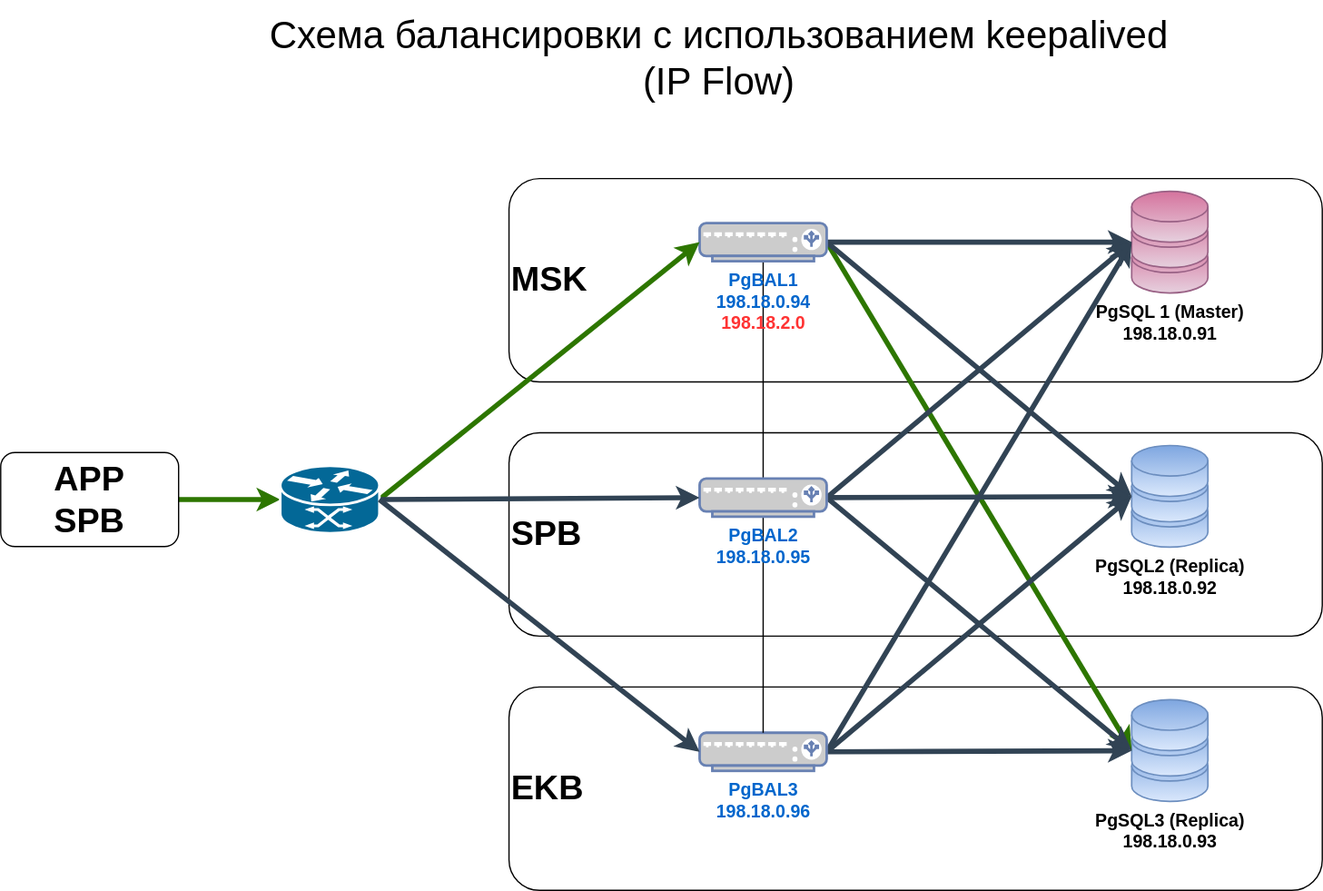
IgorAlov/pg_pool2_ng keeps this draw.io diagram as support/drawio/ntwrk_03.drawio.svg. Above is the earlier version. Source tidied: cells renumbered, new cells last; positions are measured from the earlier drawing's top-left corner, leaving out a move shared by most shapes. Source of this version:
```xml
<mxGraphModel>
  <root>
    <mxCell id="0" />
    <mxCell id="1" parent="0" />
    <mxCell id="2" value="EKB" style="rounded=1;whiteSpace=wrap;html=1;fontSize=27;align=left;fontStyle=1;" parent="1" vertex="1">
      <mxGeometry x="400" y="540" width="640" height="160" as="geometry" />
    </mxCell>
    <mxCell id="3" value="SPB" style="rounded=1;whiteSpace=wrap;html=1;fontSize=27;align=left;fontStyle=1;" parent="1" vertex="1">
      <mxGeometry x="400" y="340" width="640" height="160" as="geometry" />
    </mxCell>
    <mxCell id="4" value="MSK" style="rounded=1;whiteSpace=wrap;html=1;fontSize=27;align=left;fontStyle=1;" parent="1" vertex="1">
      <mxGeometry x="400" y="140" width="640" height="160" as="geometry" />
    </mxCell>
    <mxCell id="5" value="PgSQL 1 (Master)&lt;br&gt;198.18.0.91" style="verticalAlign=top;verticalLabelPosition=bottom;labelPosition=center;align=center;html=1;outlineConnect=0;fillColor=#e6d0de;strokeColor=#996185;gradientDirection=north;strokeWidth=2;shape=mxgraph.networks.storage;fontSize=14;fontStyle=1;gradientColor=#d5739d;" parent="1" vertex="1">
      <mxGeometry x="890" y="150" width="60" height="80" as="geometry" />
    </mxCell>
    <mxCell id="6" value="PgSQL2 (Replica)&lt;br&gt;198.18.0.92" style="verticalAlign=top;verticalLabelPosition=bottom;labelPosition=center;align=center;html=1;outlineConnect=0;fillColor=#dae8fc;strokeColor=#6c8ebf;gradientColor=#7ea6e0;gradientDirection=north;strokeWidth=2;shape=mxgraph.networks.storage;fontSize=14;fontStyle=1;" parent="1" vertex="1">
      <mxGeometry x="890" y="350" width="60" height="80" as="geometry" />
    </mxCell>
    <mxCell id="7" value="PgSQL3 (Replica)&lt;br&gt;198.18.0.93" style="verticalAlign=top;verticalLabelPosition=bottom;labelPosition=center;align=center;html=1;outlineConnect=0;fillColor=#dae8fc;strokeColor=#6c8ebf;gradientColor=#7ea6e0;gradientDirection=north;strokeWidth=2;shape=mxgraph.networks.storage;fontSize=14;fontStyle=1;" parent="1" vertex="1">
      <mxGeometry x="890" y="550" width="60" height="80" as="geometry" />
    </mxCell>
    <mxCell id="8" style="edgeStyle=none;html=1;fontSize=14;entryX=0;entryY=0.5;entryDx=0;entryDy=0;entryPerimeter=0;fillColor=#647687;strokeColor=#314354;strokeWidth=4;flowAnimation=0;" parent="1" edge="1" source="12" target="5">
      <mxGeometry relative="1" as="geometry" />
    </mxCell>
    <mxCell id="9" style="edgeStyle=none;html=1;exitX=1;exitY=0.5;exitDx=0;exitDy=0;exitPerimeter=0;entryX=0;entryY=0.5;entryDx=0;entryDy=0;entryPerimeter=0;fontSize=14;fillColor=#60a917;strokeColor=#2D7600;strokeWidth=4;flowAnimation=1;" parent="1" edge="1" source="12" target="7">
      <mxGeometry relative="1" as="geometry" />
    </mxCell>
    <mxCell id="10" style="edgeStyle=none;html=1;exitX=1;exitY=0.5;exitDx=0;exitDy=0;exitPerimeter=0;entryX=0;entryY=0.5;entryDx=0;entryDy=0;entryPerimeter=0;fontSize=14;fillColor=#647687;strokeColor=#314354;strokeWidth=4;flowAnimation=0;" parent="1" edge="1" source="12" target="6">
      <mxGeometry relative="1" as="geometry" />
    </mxCell>
    <mxCell id="11" style="edgeStyle=none;html=1;exitX=0.5;exitY=1;exitDx=0;exitDy=0;exitPerimeter=0;fontSize=14;endArrow=none;endFill=0;flowAnimation=0;" parent="1" edge="1" source="12" target="21">
      <mxGeometry relative="1" as="geometry" />
    </mxCell>
    <mxCell id="12" value="PgBAL1&lt;br&gt;198.18.0.94&lt;br&gt;&lt;font color=&quot;#ff3333&quot;&gt;198.18.2.0&lt;/font&gt;" style="fontColor=#0066CC;verticalAlign=top;verticalLabelPosition=bottom;labelPosition=center;align=center;html=1;outlineConnect=0;fillColor=#CCCCCC;strokeColor=#6881B3;gradientColor=none;gradientDirection=north;strokeWidth=2;shape=mxgraph.networks.load_balancer;fontSize=14;fontStyle=1;" parent="1" vertex="1">
      <mxGeometry x="550" y="175" width="100" height="30" as="geometry" />
    </mxCell>
    <mxCell id="13" style="edgeStyle=none;html=1;exitX=1;exitY=0.5;exitDx=0;exitDy=0;exitPerimeter=0;fontSize=14;fillColor=#647687;strokeColor=#314354;strokeWidth=4;" parent="1" edge="1" source="16" target="7">
      <mxGeometry relative="1" as="geometry" />
    </mxCell>
    <mxCell id="14" style="edgeStyle=none;html=1;exitX=1;exitY=0.5;exitDx=0;exitDy=0;exitPerimeter=0;entryX=0;entryY=0.5;entryDx=0;entryDy=0;entryPerimeter=0;fontSize=14;fillColor=#647687;strokeColor=#314354;strokeWidth=4;" parent="1" edge="1" source="16" target="6">
      <mxGeometry relative="1" as="geometry" />
    </mxCell>
    <mxCell id="15" style="edgeStyle=none;html=1;exitX=1;exitY=0.5;exitDx=0;exitDy=0;exitPerimeter=0;entryX=0;entryY=0.5;entryDx=0;entryDy=0;entryPerimeter=0;fontSize=14;fillColor=#647687;strokeColor=#314354;strokeWidth=4;" parent="1" edge="1" source="16" target="5">
      <mxGeometry relative="1" as="geometry" />
    </mxCell>
    <mxCell id="16" value="PgBAL3&lt;br&gt;198.18.0.96" style="fontColor=#0066CC;verticalAlign=top;verticalLabelPosition=bottom;labelPosition=center;align=center;html=1;outlineConnect=0;fillColor=#CCCCCC;strokeColor=#6881B3;gradientColor=none;gradientDirection=north;strokeWidth=2;shape=mxgraph.networks.load_balancer;fontSize=14;fontStyle=1;" parent="1" vertex="1">
      <mxGeometry x="550" y="576" width="100" height="30" as="geometry" />
    </mxCell>
    <mxCell id="17" style="edgeStyle=none;html=1;exitX=1;exitY=0.5;exitDx=0;exitDy=0;exitPerimeter=0;fontSize=14;fillColor=#647687;strokeColor=#314354;strokeWidth=4;" parent="1" edge="1" source="21" target="6">
      <mxGeometry relative="1" as="geometry" />
    </mxCell>
    <mxCell id="18" style="edgeStyle=none;html=1;exitX=1;exitY=0.5;exitDx=0;exitDy=0;exitPerimeter=0;entryX=0;entryY=0.5;entryDx=0;entryDy=0;entryPerimeter=0;fontSize=14;fillColor=#647687;strokeColor=#314354;strokeWidth=4;" parent="1" edge="1" source="21" target="7">
      <mxGeometry relative="1" as="geometry" />
    </mxCell>
    <mxCell id="19" style="edgeStyle=none;html=1;exitX=1;exitY=0.5;exitDx=0;exitDy=0;exitPerimeter=0;entryX=0;entryY=0.5;entryDx=0;entryDy=0;entryPerimeter=0;fontSize=14;fillColor=#647687;strokeColor=#314354;strokeWidth=4;" parent="1" edge="1" source="21" target="5">
      <mxGeometry relative="1" as="geometry" />
    </mxCell>
    <mxCell id="20" style="edgeStyle=none;html=1;exitX=0.5;exitY=1;exitDx=0;exitDy=0;exitPerimeter=0;entryX=0.5;entryY=0;entryDx=0;entryDy=0;entryPerimeter=0;fontSize=14;endArrow=none;endFill=0;flowAnimation=0;" parent="1" edge="1" source="21" target="16">
      <mxGeometry relative="1" as="geometry" />
    </mxCell>
    <mxCell id="21" value="PgBAL2&lt;br&gt;198.18.0.95" style="fontColor=#0066CC;verticalAlign=top;verticalLabelPosition=bottom;labelPosition=center;align=center;html=1;outlineConnect=0;fillColor=#CCCCCC;strokeColor=#6881B3;gradientColor=none;gradientDirection=north;strokeWidth=2;shape=mxgraph.networks.load_balancer;fontSize=14;fontStyle=1;" parent="1" vertex="1">
      <mxGeometry x="550" y="376" width="100" height="30" as="geometry" />
    </mxCell>
    <mxCell id="22" style="edgeStyle=none;html=1;exitX=1;exitY=0.5;exitDx=0;exitDy=0;entryX=0;entryY=0.5;entryDx=0;entryDy=0;entryPerimeter=0;strokeWidth=4;fontSize=27;flowAnimation=1;fillColor=#60a917;strokeColor=#2D7600;" parent="1" edge="1" source="23" target="26">
      <mxGeometry relative="1" as="geometry" />
    </mxCell>
    <mxCell id="23" value="APP&lt;br&gt;SPB" style="rounded=1;whiteSpace=wrap;html=1;fontSize=27;fontStyle=1;" parent="1" vertex="1">
      <mxGeometry y="355.5" width="140" height="74" as="geometry" />
    </mxCell>
    <mxCell id="24" style="edgeStyle=none;html=1;entryX=0;entryY=0.5;entryDx=0;entryDy=0;strokeWidth=4;fontSize=27;entryPerimeter=0;exitX=1;exitY=0.5;exitDx=0;exitDy=0;exitPerimeter=0;flowAnimation=1;fillColor=#60a917;strokeColor=#2D7600;" parent="1" edge="1" source="26" target="12">
      <mxGeometry relative="1" as="geometry" />
    </mxCell>
    <mxCell id="25" style="edgeStyle=none;html=1;exitX=1;exitY=0.5;exitDx=0;exitDy=0;exitPerimeter=0;strokeWidth=4;fontSize=27;entryX=0;entryY=0.5;entryDx=0;entryDy=0;entryPerimeter=0;flowAnimation=0;fillColor=#647687;strokeColor=#314354;" parent="1" edge="1" source="26" target="21">
      <mxGeometry relative="1" as="geometry" />
    </mxCell>
    <mxCell id="26" style="shape=mxgraph.cisco.routers.atm_router;sketch=0;html=1;dashed=0;fillColor=#036897;strokeColor=#ffffff;strokeWidth=2;verticalLabelPosition=bottom;verticalAlign=top;align=center;outlineConnect=0;fontSize=27;" parent="1" vertex="1">
      <mxGeometry x="220" y="366" width="78" height="53" as="geometry" />
    </mxCell>
    <mxCell id="27" value="Схема балансировки с использованием keepalived&lt;br&gt;(IP Flow)" style="text;html=1;align=center;verticalAlign=middle;strokeColor=none;fillColor=none;fontSize=30;" parent="1" vertex="1">
      <mxGeometry x="200" width="730" height="90" as="geometry" />
    </mxCell>
    <mxCell id="28" style="edgeStyle=none;html=1;exitX=1;exitY=0.5;exitDx=0;exitDy=0;exitPerimeter=0;entryX=0;entryY=0.5;entryDx=0;entryDy=0;strokeWidth=4;fontSize=27;entryPerimeter=0;fillColor=#647687;strokeColor=#314354;" parent="1" edge="1" source="26" target="16">
      <mxGeometry relative="1" as="geometry" />
    </mxCell>
  </root>
</mxGraphModel>
```
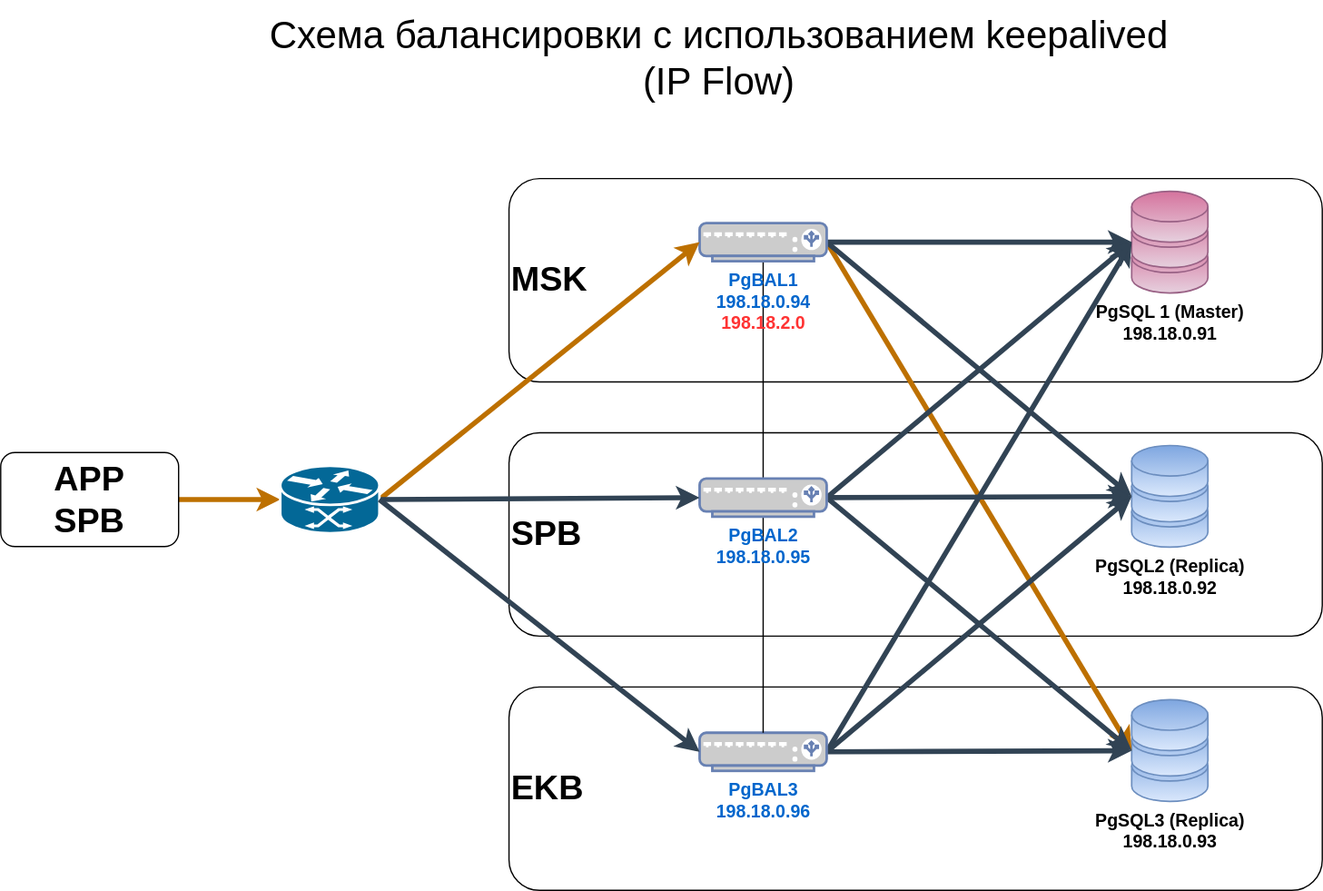
After the change.

Change to the diagram source:
```diff
@@ -23,7 +23,7 @@
     <mxCell id="8" style="edgeStyle=none;html=1;fontSize=14;entryX=0;entryY=0.5;entryDx=0;entryDy=0;entryPerimeter=0;fillColor=#647687;strokeColor=#314354;strokeWidth=4;flowAnimation=0;" parent="1" edge="1" source="12" target="5">
       <mxGeometry relative="1" as="geometry" />
     </mxCell>
-    <mxCell id="9" style="edgeStyle=none;html=1;exitX=1;exitY=0.5;exitDx=0;exitDy=0;exitPerimeter=0;entryX=0;entryY=0.5;entryDx=0;entryDy=0;entryPerimeter=0;fontSize=14;fillColor=#60a917;strokeColor=#2D7600;strokeWidth=4;flowAnimation=1;" parent="1" edge="1" source="12" target="7">
+    <mxCell id="9" style="edgeStyle=none;html=1;exitX=1;exitY=0.5;exitDx=0;exitDy=0;exitPerimeter=0;entryX=0;entryY=0.5;entryDx=0;entryDy=0;entryPerimeter=0;fontSize=14;fillColor=#f0a30a;strokeColor=#BD7000;strokeWidth=4;flowAnimation=1;" parent="1" edge="1" source="12" target="7">
       <mxGeometry relative="1" as="geometry" />
     </mxCell>
     <mxCell id="10" style="edgeStyle=none;html=1;exitX=1;exitY=0.5;exitDx=0;exitDy=0;exitPerimeter=0;entryX=0;entryY=0.5;entryDx=0;entryDy=0;entryPerimeter=0;fontSize=14;fillColor=#647687;strokeColor=#314354;strokeWidth=4;flowAnimation=0;" parent="1" edge="1" source="12" target="6">
@@ -62,13 +62,13 @@
     <mxCell id="21" value="PgBAL2&lt;br&gt;198.18.0.95" style="fontColor=#0066CC;verticalAlign=top;verticalLabelPosition=bottom;labelPosition=center;align=center;html=1;outlineConnect=0;fillColor=#CCCCCC;strokeColor=#6881B3;gradientColor=none;gradientDirection=north;strokeWidth=2;shape=mxgraph.networks.load_balancer;fontSize=14;fontStyle=1;" parent="1" vertex="1">
       <mxGeometry x="550" y="376" width="100" height="30" as="geometry" />
     </mxCell>
-    <mxCell id="22" style="edgeStyle=none;html=1;exitX=1;exitY=0.5;exitDx=0;exitDy=0;entryX=0;entryY=0.5;entryDx=0;entryDy=0;entryPerimeter=0;strokeWidth=4;fontSize=27;flowAnimation=1;fillColor=#60a917;strokeColor=#2D7600;" parent="1" edge="1" source="23" target="26">
+    <mxCell id="22" style="edgeStyle=none;html=1;exitX=1;exitY=0.5;exitDx=0;exitDy=0;entryX=0;entryY=0.5;entryDx=0;entryDy=0;entryPerimeter=0;strokeWidth=4;fontSize=27;flowAnimation=1;fillColor=#f0a30a;strokeColor=#BD7000;" parent="1" edge="1" source="23" target="26">
       <mxGeometry relative="1" as="geometry" />
     </mxCell>
     <mxCell id="23" value="APP&lt;br&gt;SPB" style="rounded=1;whiteSpace=wrap;html=1;fontSize=27;fontStyle=1;" parent="1" vertex="1">
       <mxGeometry y="355.5" width="140" height="74" as="geometry" />
     </mxCell>
-    <mxCell id="24" style="edgeStyle=none;html=1;entryX=0;entryY=0.5;entryDx=0;entryDy=0;strokeWidth=4;fontSize=27;entryPerimeter=0;exitX=1;exitY=0.5;exitDx=0;exitDy=0;exitPerimeter=0;flowAnimation=1;fillColor=#60a917;strokeColor=#2D7600;" parent="1" edge="1" source="26" target="12">
+    <mxCell id="24" style="edgeStyle=none;html=1;entryX=0;entryY=0.5;entryDx=0;entryDy=0;strokeWidth=4;fontSize=27;entryPerimeter=0;exitX=1;exitY=0.5;exitDx=0;exitDy=0;exitPerimeter=0;flowAnimation=1;fillColor=#f0a30a;strokeColor=#BD7000;" parent="1" edge="1" source="26" target="12">
       <mxGeometry relative="1" as="geometry" />
     </mxCell>
     <mxCell id="25" style="edgeStyle=none;html=1;exitX=1;exitY=0.5;exitDx=0;exitDy=0;exitPerimeter=0;strokeWidth=4;fontSize=27;entryX=0;entryY=0.5;entryDx=0;entryDy=0;entryPerimeter=0;flowAnimation=0;fillColor=#647687;strokeColor=#314354;" parent="1" edge="1" source="26" target="21">
```
